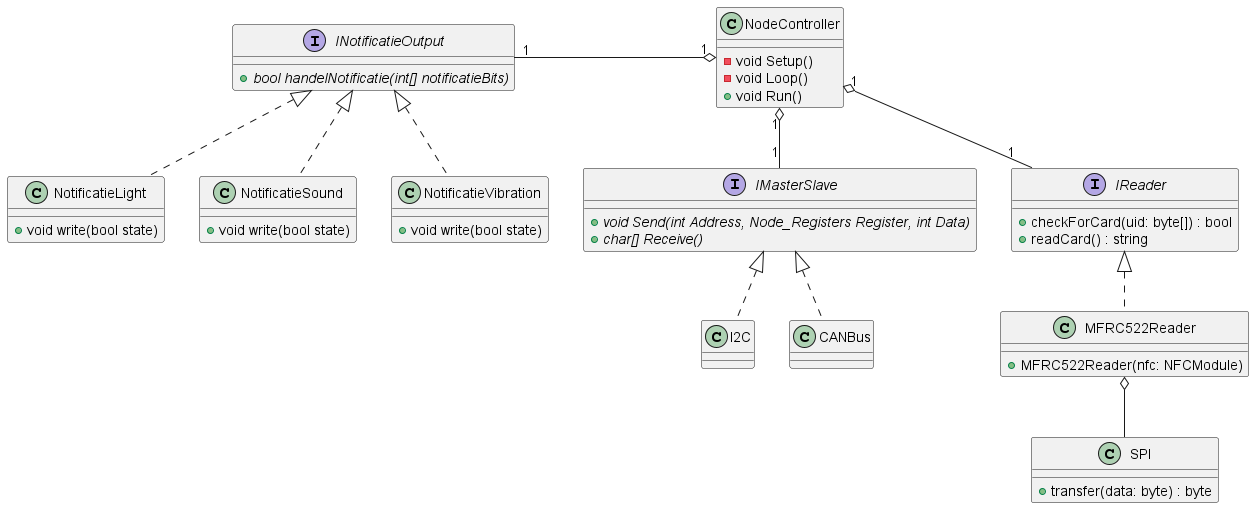
T3-FindIt/FindIt keeps this PlantUML diagram as Designs/Arduino nano/Classdiagram.png. Above is the earlier version.
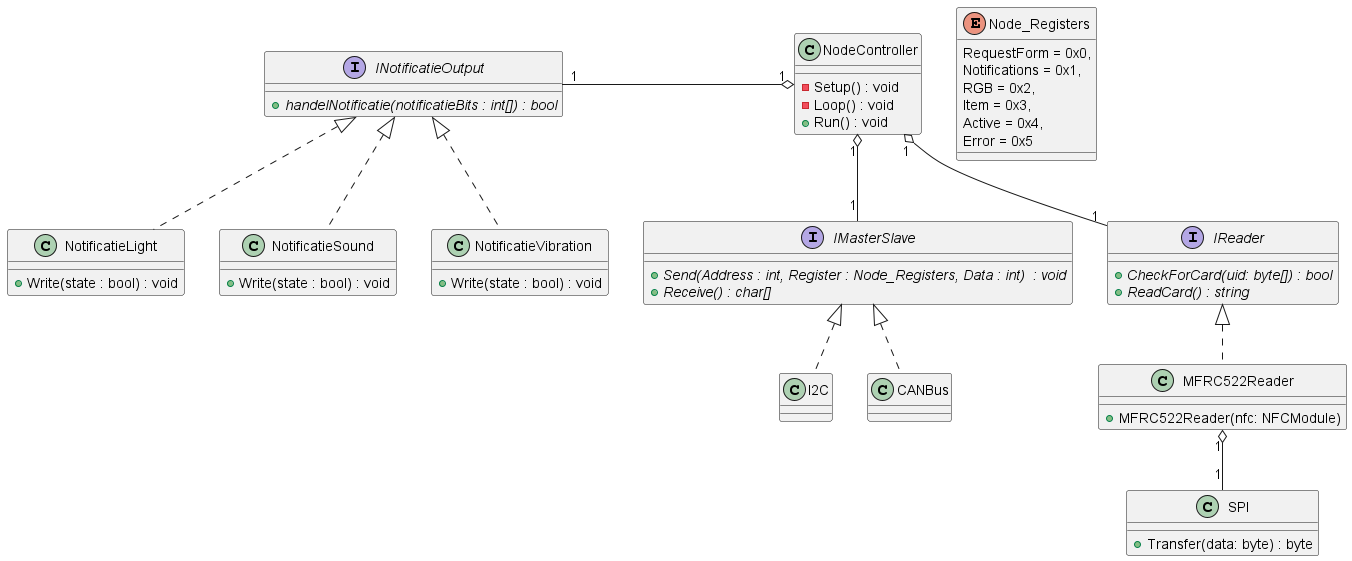
Above is the later version.

Change to the diagram source:
```diff
@@ -2,33 +2,58 @@
 
 Class NodeController
 {
-    {method} - void Setup()
-    {method} - void Loop()
-    {method} + void Run()
+    {method} - Setup() : void
+    {method} - Loop() : void
+    {method} + Run() : void
 }
 
 Interface IMasterSlave
 {
-    {abstract} + void Send(int Address, Node_Registers Register, int Data)
-    {abstract} + char[] Receive()
+    {abstract} + Send(Address : int, Register : Node_Registers, Data : int)  : void
+    {abstract} + Receive() : char[]
 }
 
 Interface INotificatieOutput
 {
-    {abstract} + bool handelNotificatie(int[] notificatieBits)
+    {abstract} + handelNotificatie(notificatieBits : int[]) : bool
 }
 
 class NotificatieLight
 {
-    {method} + void write(bool state)
+    {method} + Write(state : bool) : void
 }
+
 class NotificatieSound
 {
-    {method} + void write(bool state)
+    {method} + Write(state : bool) : void
 }
+
 class NotificatieVibration
 {
-    {method} + void write(bool state)
+    {method} + Write(state : bool) : void
+}
+
+class SPI {
+   {method} + Transfer(data: byte) : byte
+}
+
+interface IReader {
+    {abstract} + CheckForCard(uid: byte[]) : bool
+    {abstract} + ReadCard() : string
+}
+
+class MFRC522Reader {
+    {method} + MFRC522Reader(nfc: NFCModule)
+}
+
+enum Node_Registers
+{
+    RequestForm = 0x0,
+    Notifications = 0x1,
+    RGB = 0x2,
+    Item = 0x3,
+    Active = 0x4,
+    Error = 0x5
 }
 
 NodeController "1" o-left- "1" INotificatieOutput
@@ -42,23 +67,7 @@
 IMasterSlave <|.. I2C
 IMasterSlave <|.. CANBus
 
-
-class SPI {
-    +transfer(data: byte) : byte
-}
-
-
-
-interface IReader {
-    +checkForCard(uid: byte[]) : bool
-    +readCard() : string
-}
-
-class MFRC522Reader {
-    +MFRC522Reader(nfc: NFCModule)
-}
-
 IReader <|.. MFRC522Reader
-MFRC522Reader o-- SPI
+MFRC522Reader "1" o-- "1" SPI
 
 @enduml
```
